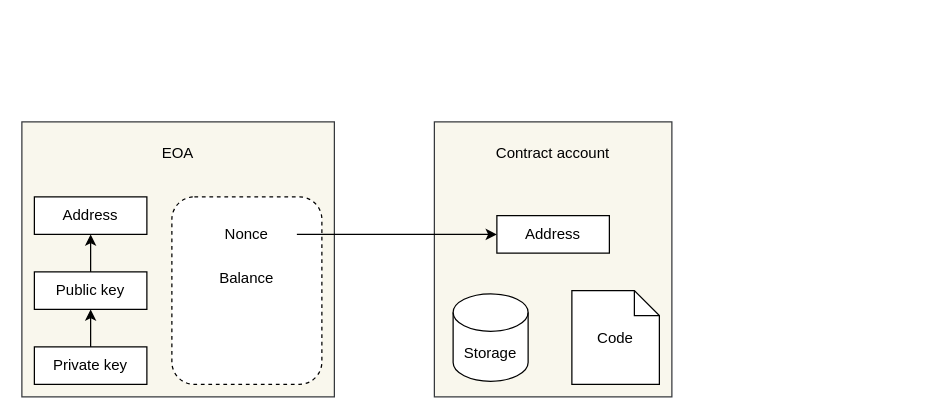
phamhongphuc1999/account-abstraction-app keeps this draw.io diagram as page "account" (4 of 15) of documents/master.drawio. Above is the earlier version. Source tidied: cells renumbered, new cells numbered last; positions are measured from the earlier drawing's top-left corner, leaving out a move shared by most shapes. Both pictures are drawn from the tidied source at 125%, with x=0, y=0 at pixel (21, 121).
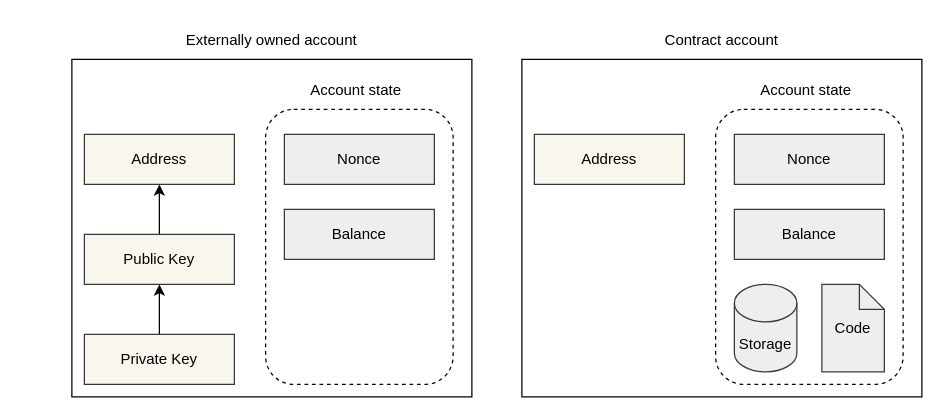
The same page after the edit.

Change to the diagram source:
```diff
@@
-    <mxCell id="2" style="rounded=0;whiteSpace=wrap;html=1;fillColor=#f9f7ed;strokeColor=#36393d;" parent="1" vertex="1">
-      <mxGeometry x="330" width="190" height="220" as="geometry" />
-    </mxCell>
-    <mxCell id="3" style="rounded=0;whiteSpace=wrap;html=1;fillColor=#f9f7ed;strokeColor=#36393d;" parent="1" vertex="1">
-      <mxGeometry width="250" height="220" as="geometry" />
-    </mxCell>
-    <mxCell id="4" style="edgeStyle=orthogonalEdgeStyle;rounded=0;jettySize=auto;html=1;entryX=0.5;entryY=1;entryDx=0;entryDy=0;" parent="1" edge="1" source="5" target="7">
-      <mxGeometry relative="1" as="geometry" />
-    </mxCell>
-    <mxCell id="5" value="Private key" style="rounded=0;whiteSpace=wrap;html=1;" parent="1" vertex="1">
-      <mxGeometry x="10" y="180" width="90" height="30" as="geometry" />
-    </mxCell>
-    <mxCell id="6" style="edgeStyle=orthogonalEdgeStyle;rounded=0;jettySize=auto;html=1;" parent="1" edge="1" source="7" target="8">
-      <mxGeometry relative="1" as="geometry" />
-    </mxCell>
-    <mxCell id="7" value="Public key" style="rounded=0;whiteSpace=wrap;html=1;" parent="1" vertex="1">
-      <mxGeometry x="10" y="120" width="90" height="30" as="geometry" />
-    </mxCell>
-    <mxCell id="8" value="Address" style="rounded=0;whiteSpace=wrap;html=1;" parent="1" vertex="1">
-      <mxGeometry x="10" y="60" width="90" height="30" as="geometry" />
-    </mxCell>
-    <mxCell id="9" style="rounded=1;whiteSpace=wrap;html=1;dashed=1;" parent="1" vertex="1">
-      <mxGeometry x="120" y="60" width="120" height="150" as="geometry" />
-    </mxCell>
-    <mxCell id="10" style="edgeStyle=orthogonalEdgeStyle;rounded=0;jettySize=auto;html=1;entryX=0;entryY=0.5;entryDx=0;entryDy=0;" parent="1" edge="1" source="11" target="13">
-      <mxGeometry relative="1" as="geometry" />
-    </mxCell>
-    <mxCell id="11" value="Nonce" style="text;html=1;align=center;verticalAlign=middle;whiteSpace=wrap;rounded=0;" parent="1" vertex="1">
-      <mxGeometry x="140" y="75" width="80" height="30" as="geometry" />
-    </mxCell>
-    <mxCell id="12" value="Balance" style="text;html=1;align=center;verticalAlign=middle;whiteSpace=wrap;rounded=0;" parent="1" vertex="1">
-      <mxGeometry x="140" y="110" width="80" height="30" as="geometry" />
-    </mxCell>
-    <mxCell id="13" value="Address" style="rounded=0;whiteSpace=wrap;html=1;" parent="1" vertex="1">
-      <mxGeometry x="380" y="75" width="90" height="30" as="geometry" />
-    </mxCell>
+    <mxCell id="18" style="rounded=0;whiteSpace=wrap;html=1;" parent="1" vertex="1">
+      <mxGeometry x="40" y="-50" width="320" height="270" as="geometry" />
+    </mxCell>
+    <mxCell id="19" value="Address" style="rounded=0;whiteSpace=wrap;html=1;fillColor=#f9f7ed;strokeColor=#36393d;" parent="1" vertex="1">
+      <mxGeometry x="50" y="10" width="120" height="40" as="geometry" />
+    </mxCell>
+    <mxCell id="20" style="edgeStyle=orthogonalEdgeStyle;rounded=0;jettySize=auto;html=1;" parent="1" edge="1" source="21" target="19">
+      <mxGeometry relative="1" as="geometry" />
+    </mxCell>
+    <mxCell id="21" value="Public Key" style="rounded=0;whiteSpace=wrap;html=1;fillColor=#f9f7ed;strokeColor=#36393d;" parent="1" vertex="1">
+      <mxGeometry x="50" y="90" width="120" height="40" as="geometry" />
+    </mxCell>
+    <mxCell id="22" style="edgeStyle=orthogonalEdgeStyle;rounded=0;jettySize=auto;html=1;" parent="1" edge="1" source="23" target="21">
+      <mxGeometry relative="1" as="geometry" />
+    </mxCell>
+    <mxCell id="23" value="Private Key" style="rounded=0;whiteSpace=wrap;html=1;fillColor=#f9f7ed;strokeColor=#36393d;" parent="1" vertex="1">
+      <mxGeometry x="50" y="170" width="120" height="40" as="geometry" />
+    </mxCell>
+    <mxCell id="24" style="rounded=1;whiteSpace=wrap;html=1;dashed=1;" parent="1" vertex="1">
+      <mxGeometry x="195" y="-10" width="150" height="220" as="geometry" />
+    </mxCell>
+    <mxCell id="25" value="Balance" style="rounded=0;whiteSpace=wrap;html=1;fillColor=#eeeeee;strokeColor=#36393d;" parent="1" vertex="1">
+      <mxGeometry x="210" y="70" width="120" height="40" as="geometry" />
+    </mxCell>
+    <mxCell id="26" value="Nonce" style="rounded=0;whiteSpace=wrap;html=1;fillColor=#eeeeee;strokeColor=#36393d;" parent="1" vertex="1">
+      <mxGeometry x="210" y="10" width="120" height="40" as="geometry" />
+    </mxCell>
+    <mxCell id="27" value="Account state" style="text;html=1;align=center;verticalAlign=middle;whiteSpace=wrap;rounded=0;" parent="1" vertex="1">
+      <mxGeometry x="210" y="-40" width="115" height="30" as="geometry" />
+    </mxCell>
+    <mxCell id="28" value="Externally owned account" style="text;html=1;align=center;verticalAlign=middle;whiteSpace=wrap;rounded=0;" parent="1" vertex="1">
+      <mxGeometry x="40" y="-80" width="320" height="30" as="geometry" />
+    </mxCell>
+    <mxCell id="29" style="rounded=0;whiteSpace=wrap;html=1;" parent="1" vertex="1">
+      <mxGeometry x="400" y="-50" width="320" height="270" as="geometry" />
+    </mxCell>
+    <mxCell id="30" value="Address" style="rounded=0;whiteSpace=wrap;html=1;fillColor=#f9f7ed;strokeColor=#36393d;" parent="1" vertex="1">
+      <mxGeometry x="410" y="10" width="120" height="40" as="geometry" />
+    </mxCell>
+    <mxCell id="31" style="rounded=1;whiteSpace=wrap;html=1;dashed=1;" parent="1" vertex="1">
+      <mxGeometry x="555" y="-10" width="150" height="220" as="geometry" />
+    </mxCell>
+    <mxCell id="32" value="Balance" style="rounded=0;whiteSpace=wrap;html=1;fillColor=#eeeeee;strokeColor=#36393d;" parent="1" vertex="1">
+      <mxGeometry x="570" y="70" width="120" height="40" as="geometry" />
+    </mxCell>
+    <mxCell id="33" value="Nonce" style="rounded=0;whiteSpace=wrap;html=1;fillColor=#eeeeee;strokeColor=#36393d;" parent="1" vertex="1">
+      <mxGeometry x="570" y="10" width="120" height="40" as="geometry" />
+    </mxCell>
+    <mxCell id="34" value="Account state" style="text;html=1;align=center;verticalAlign=middle;whiteSpace=wrap;rounded=0;" parent="1" vertex="1">
+      <mxGeometry x="570" y="-40" width="115" height="30" as="geometry" />
+    </mxCell>
+    <mxCell id="17" value="Contract account" style="text;html=1;align=center;verticalAlign=middle;whiteSpace=wrap;rounded=0;" parent="1" vertex="1">
+      <mxGeometry x="400" y="-80" width="320" height="30" as="geometry" />
+    </mxCell>
-    <mxCell id="14" value="Storage" style="shape=cylinder3;whiteSpace=wrap;html=1;boundedLbl=1;backgroundOutline=1;size=15;" parent="1" vertex="1">
-      <mxGeometry x="345" y="137.5" width="60" height="70" as="geometry" />
+    <mxCell id="14" value="Storage" style="shape=cylinder3;whiteSpace=wrap;html=1;boundedLbl=1;backgroundOutline=1;size=15;fillColor=#eeeeee;strokeColor=#36393d;" parent="1" vertex="1">
+      <mxGeometry x="570" y="130" width="50" height="70" as="geometry" />
     </mxCell>
-    <mxCell id="15" value="Code" style="shape=note;size=20;whiteSpace=wrap;html=1;" parent="1" vertex="1">
-      <mxGeometry x="440" y="135" width="70" height="75" as="geometry" />
+    <mxCell id="15" value="Code" style="shape=note;size=20;whiteSpace=wrap;html=1;fillColor=#eeeeee;strokeColor=#36393d;" parent="1" vertex="1">
+      <mxGeometry x="640" y="130" width="50" height="70" as="geometry" />
     </mxCell>
-    <mxCell id="16" value="EOA" style="text;html=1;align=center;verticalAlign=middle;whiteSpace=wrap;rounded=0;" parent="1" vertex="1">
-      <mxGeometry x="10" y="10" width="230" height="30" as="geometry" />
-    </mxCell>
-    <mxCell id="17" value="Contract account" style="text;html=1;align=center;verticalAlign=middle;whiteSpace=wrap;rounded=0;" parent="1" vertex="1">
-      <mxGeometry x="330" y="10" width="190" height="30" as="geometry" />
-    </mxCell>
```
